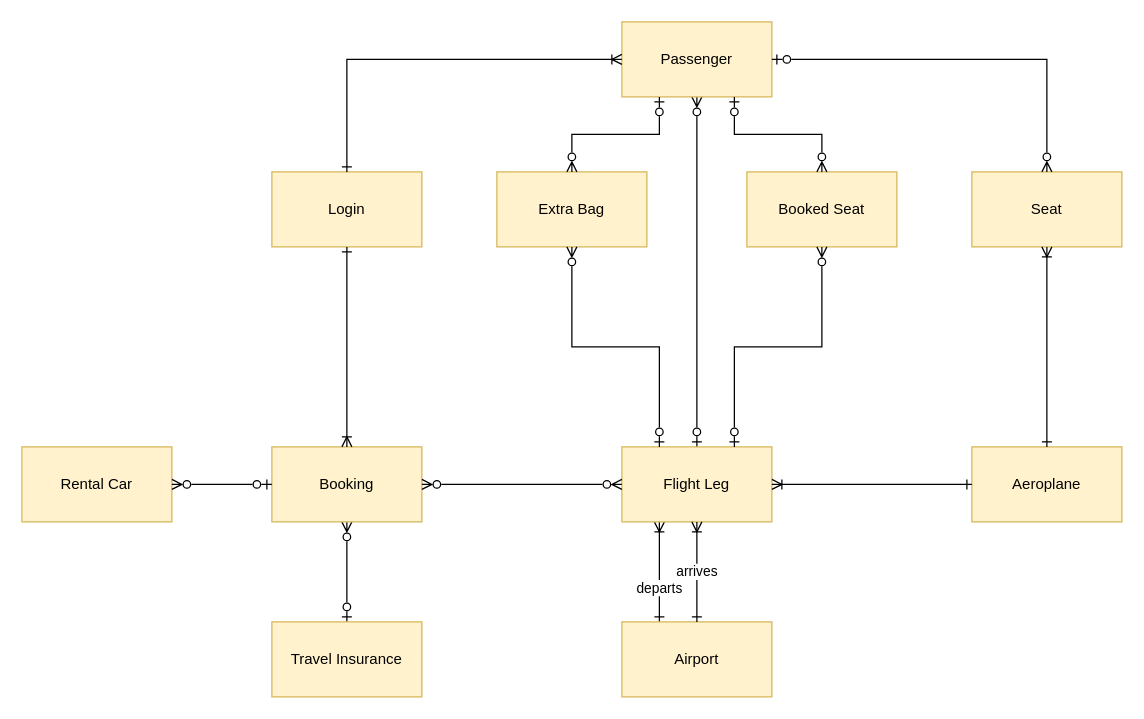
This is DatabaseErd.drawio from DamianCoventry/DairyFlatAirportWebSite, a draw.io file, before an edit. Source tidied: cells renumbered, new cells numbered last; positions are measured from the earlier drawing's top-left corner, leaving out a move shared by most shapes. Both pictures are drawn from the tidied source at 125%, with x=0, y=0 at pixel (21, 21).
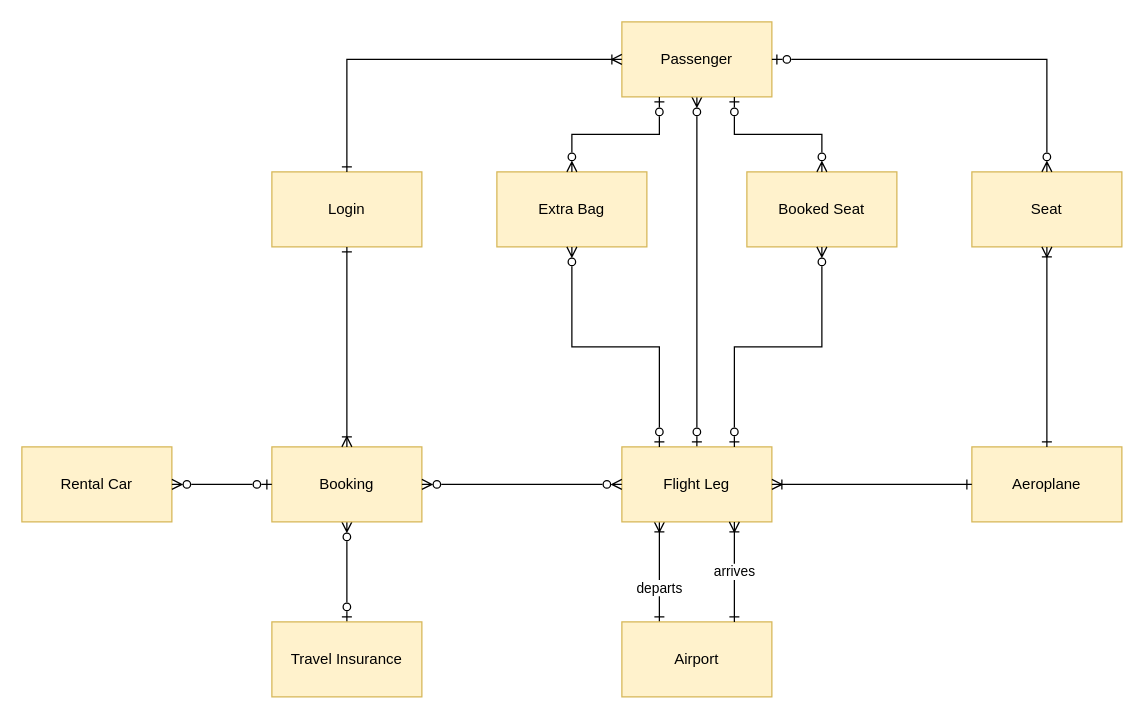
The same page after the edit.

The change refers to these unchanged cells:
```xml
<mxCell id="9" value="Flight Leg" style="rounded=0;whiteSpace=wrap;html=1;fillColor=#fff2cc;strokeColor=#d6b656;" parent="1" vertex="1">
  <mxGeometry x="480" y="340" width="120" height="60" as="geometry" />
</mxCell>
<mxCell id="12" value="Airport" style="rounded=0;whiteSpace=wrap;html=1;fillColor=#fff2cc;strokeColor=#d6b656;" parent="1" vertex="1">
  <mxGeometry x="480" y="480" width="120" height="60" as="geometry" />
</mxCell>
```

Change to the diagram source:
```diff
@@
-    <mxCell id="14" value="arrives" style="edgeStyle=orthogonalEdgeStyle;rounded=0;jettySize=auto;html=1;entryX=0.5;entryY=0;entryDx=0;entryDy=0;exitX=0.5;exitY=1;exitDx=0;exitDy=0;startArrow=ERoneToMany;startFill=0;endArrow=ERone;endFill=0;" parent="1" edge="1" source="9" target="12">
+    <mxCell id="14" value="arrives" style="edgeStyle=orthogonalEdgeStyle;rounded=0;jettySize=auto;html=1;entryX=0.75;entryY=0;entryDx=0;entryDy=0;exitX=0.75;exitY=1;exitDx=0;exitDy=0;startArrow=ERoneToMany;startFill=0;endArrow=ERone;endFill=0;" parent="1" edge="1" source="9" target="12">
       <mxGeometry relative="1" as="geometry" />
     </mxCell>
```
